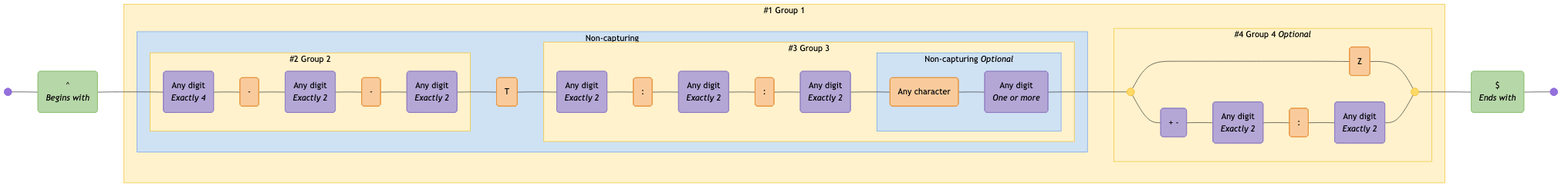
Above: diagrams/datetime-rfc3339.mermaid-diagram.png in tayles/regex-to-mermaid (Mermaid), before the change. Its source is kept beside it as diagrams/datetime-rfc3339.mermaid.
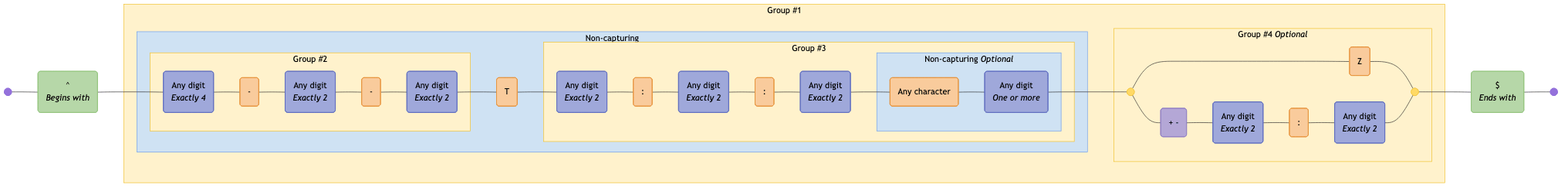
The same diagram one commit later.

The edit, as a diff of the source:
```diff
@@ -5,48 +5,48 @@
   start@{ shape: f-circ };
   fin@{ shape: f-circ };
   assertion_1("^<br><i>Begins with</i>"):::assertion;
-  char_class_1("Any digit<br><i>Exactly 4</i>"):::char-class;
+  char_set_1("Any digit<br><i>Exactly 4</i>"):::char-set;
   literal_1("-"):::literal;
-  char_class_2("Any digit<br><i>Exactly 2</i>"):::char-class;
+  char_set_2("Any digit<br><i>Exactly 2</i>"):::char-set;
   literal_2("-"):::literal;
-  char_class_3("Any digit<br><i>Exactly 2</i>"):::char-class;
+  char_set_3("Any digit<br><i>Exactly 2</i>"):::char-set;
   literal_3("T"):::literal;
-  char_class_4("Any digit<br><i>Exactly 2</i>"):::char-class;
+  char_set_4("Any digit<br><i>Exactly 2</i>"):::char-set;
   literal_4(":"):::literal;
-  char_class_5("Any digit<br><i>Exactly 2</i>"):::char-class;
+  char_set_5("Any digit<br><i>Exactly 2</i>"):::char-set;
   literal_5(":"):::literal;
-  char_class_6("Any digit<br><i>Exactly 2</i>"):::char-class;
+  char_set_6("Any digit<br><i>Exactly 2</i>"):::char-set;
   literal_6("Any character"):::literal;
-  char_class_7("Any digit<br><i>One or more</i>"):::char-class;
+  char_set_7("Any digit<br><i>One or more</i>"):::char-set;
   disjunction_begin_1:::disjunction@{ shape: f-circ };
   disjunction_end_1:::disjunction@{ shape: f-circ };
   literal_7("Z"):::literal;
-  char_class_8("\+ -"):::char-class;
-  char_class_9("Any digit<br><i>Exactly 2</i>"):::char-class;
+  char_class_1("\+ -"):::char-class;
+  char_set_8("Any digit<br><i>Exactly 2</i>"):::char-set;
   literal_8(":"):::literal;
-  char_class_10("Any digit<br><i>Exactly 2</i>"):::char-class;
+  char_set_9("Any digit<br><i>Exactly 2</i>"):::char-set;
   assertion_2("$<br><i>Ends with</i>"):::assertion;
 
-  subgraph standard_2 ["#2 Group 2"]
-    char_class_1
+  subgraph standard_2 ["Group #2"]
+    char_set_1
     literal_1
-    char_class_2
+    char_set_2
     literal_2
-    char_class_3
+    char_set_3
   end
 
   subgraph non_capturing_2 ["Non-capturing <i>Optional</i>"]
     literal_6
-    char_class_7
+    char_set_7
   end
 
-  subgraph standard_3 ["#3 Group 3"]
+  subgraph standard_3 ["Group #3"]
     non_capturing_2
-    char_class_4
+    char_set_4
     literal_4
-    char_class_5
+    char_set_5
     literal_5
-    char_class_6
+    char_set_6
   end
 
   subgraph non_capturing_1 ["Non-capturing"]
@@ -56,17 +56,17 @@
     literal_3
   end
 
-  subgraph standard_4 ["#4 Group 4 <i>Optional</i>"]
+  subgraph standard_4 ["Group #4 <i>Optional</i>"]
     disjunction_begin_1
     disjunction_end_1
     literal_7
-    char_class_8
-    char_class_9
+    char_class_1
+    char_set_8
     literal_8
-    char_class_10
+    char_set_9
   end
 
-  subgraph standard_1 ["#1 Group 1"]
+  subgraph standard_1 ["Group #1"]
     standard_2
     non_capturing_2
     standard_3
@@ -75,34 +75,35 @@
   end
 
   start --- assertion_1;
-  assertion_1 --- char_class_1;
-  char_class_1 --- literal_1;
-  literal_1 --- char_class_2;
-  char_class_2 --- literal_2;
-  literal_2 --- char_class_3;
-  char_class_3 --- literal_3;
-  literal_3 --- char_class_4;
-  char_class_4 --- literal_4;
-  literal_4 --- char_class_5;
-  char_class_5 --- literal_5;
-  literal_5 --- char_class_6;
-  char_class_6 --- literal_6;
-  literal_6 --- char_class_7;
-  char_class_7 --- disjunction_begin_1;
+  assertion_1 --- char_set_1;
+  char_set_1 --- literal_1;
+  literal_1 --- char_set_2;
+  char_set_2 --- literal_2;
+  literal_2 --- char_set_3;
+  char_set_3 --- literal_3;
+  literal_3 --- char_set_4;
+  char_set_4 --- literal_4;
+  literal_4 --- char_set_5;
+  char_set_5 --- literal_5;
+  literal_5 --- char_set_6;
+  char_set_6 --- literal_6;
+  literal_6 --- char_set_7;
+  char_set_7 --- disjunction_begin_1;
   disjunction_begin_1 --- literal_7;
   literal_7 --- disjunction_end_1;
-  disjunction_begin_1 --- char_class_8;
-  char_class_8 --- char_class_9;
-  char_class_9 --- literal_8;
-  literal_8 --- char_class_10;
-  char_class_10 --- disjunction_end_1;
+  disjunction_begin_1 --- char_class_1;
+  char_class_1 --- char_set_8;
+  char_set_8 --- literal_8;
+  literal_8 --- char_set_9;
+  char_set_9 --- disjunction_end_1;
   disjunction_end_1 --- assertion_2;
   assertion_2 --- fin;
 
   classDef assertion fill:#B6D7A8,stroke:#93C47D,color:#000000;
-  classDef char-class fill:#B4A7D6,stroke:#8E7CC3,color:#000000;
+  classDef char-set fill:#9FA8DA,stroke:#5C6BC0,color:#000000;
   classDef literal fill:#F9CB9C,stroke:#E69138,color:#000000;
   classDef disjunction fill:#FFD966,stroke:#F1C232,color:#000000;
+  classDef char-class fill:#B4A7D6,stroke:#8E7CC3,color:#000000;
 
   classDef standard fill:#FFF2CC,stroke:#F1C232,color:#000000;
   classDef non-capturing fill:#CFE2F3,stroke:#6D9EEB,color:#000000;
```
